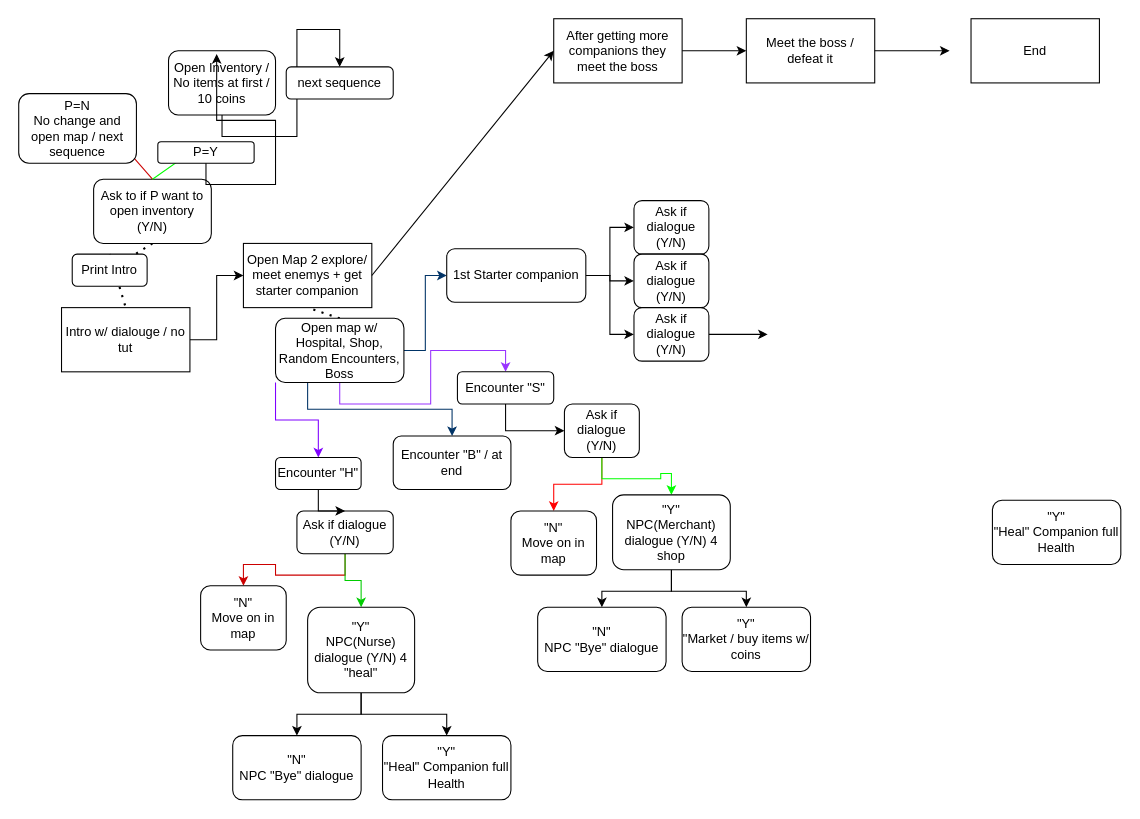
This is Untitled Diagram.drawio from staten-island-tech/object-oriented-adventures-jupiter2-0, a draw.io file, before an edit. Source tidied: cells renumbered, new cells numbered last; positions are measured from the earlier drawing's top-left corner, leaving out a move shared by most shapes. Both pictures are drawn from the tidied source at 107%, with x=0, y=0 at pixel (18, 18).
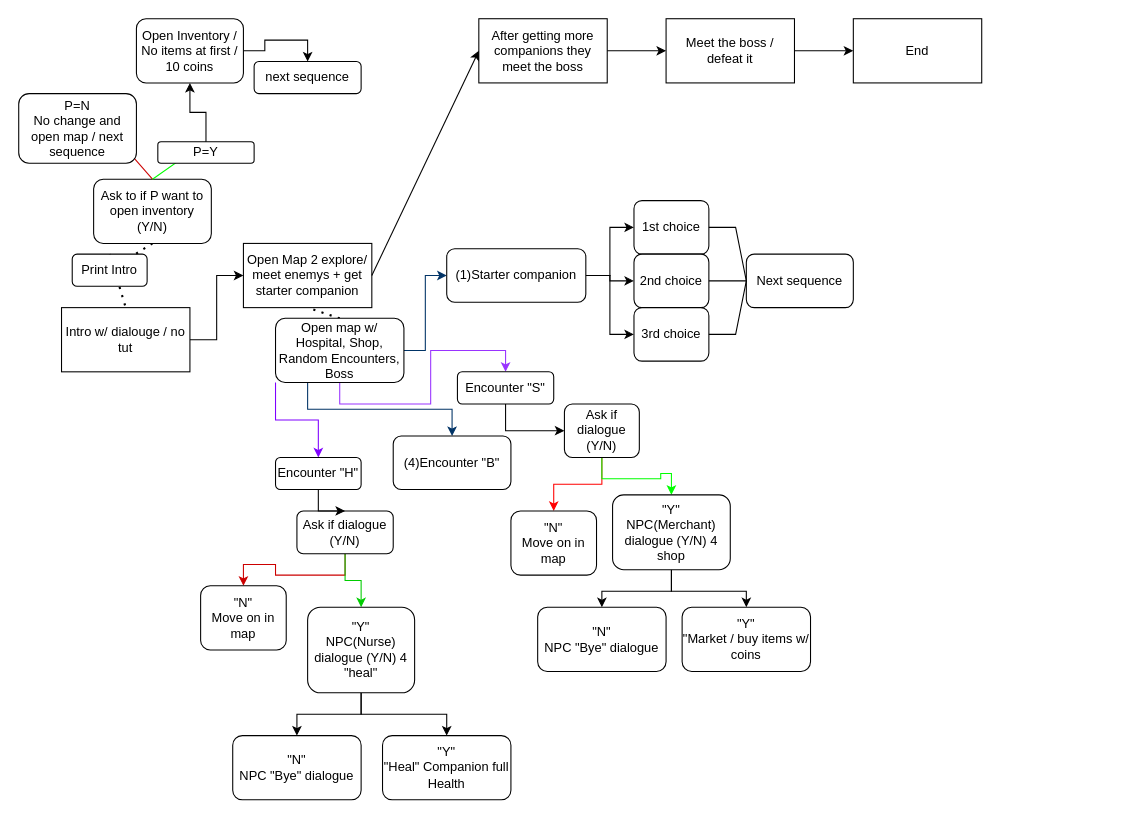
Above is the later version.

The change refers to these unchanged cells:
```xml
<mxCell id="18" value="P=Y" style="rounded=1;whiteSpace=wrap;html=1;" parent="1" vertex="1">
  <mxGeometry x="130" y="115" width="90" height="20" as="geometry" />
</mxCell>
```

What changed in the source:
```diff
@@
     <mxCell id="5" value="After getting more companions they meet the boss" style="rounded=0;whiteSpace=wrap;html=1;" parent="1" vertex="1">
-      <mxGeometry x="500" width="120" height="60" as="geometry" />
+      <mxGeometry x="430" width="120" height="60" as="geometry" />
     </mxCell>
+    <mxCell id="61" style="edgeStyle=orthogonalEdgeStyle;rounded=0;jettySize=auto;html=1;exitX=1;exitY=0.5;exitDx=0;exitDy=0;" parent="1" edge="1" source="6" target="10">
+      <mxGeometry relative="1" as="geometry" />
+    </mxCell>
     <mxCell id="6" value="Meet the boss / defeat it" style="rounded=0;whiteSpace=wrap;html=1;" parent="1" vertex="1">
-      <mxGeometry x="680" width="120" height="60" as="geometry" />
+      <mxGeometry x="605" width="120" height="60" as="geometry" />
     </mxCell>
@@
-    <mxCell id="9" style="endArrow=classic;html=1;rounded=0;exitX=1;exitY=0.5;exitDx=0;exitDy=0;" parent="1" edge="1" source="6">
-      <mxGeometry relative="1" as="geometry">
-        <mxPoint x="870" y="30" as="targetPoint" />
-      </mxGeometry>
-    </mxCell>
     <mxCell id="10" value="End" style="rounded=0;whiteSpace=wrap;html=1;" parent="1" vertex="1">
-      <mxGeometry x="890" width="120" height="60" as="geometry" />
+      <mxGeometry x="780" width="120" height="60" as="geometry" />
     </mxCell>
@@
-    <mxCell id="19" style="edgeStyle=orthogonalEdgeStyle;rounded=0;jettySize=auto;html=1;exitX=0.5;exitY=1;exitDx=0;exitDy=0;entryX=0.5;entryY=0;entryDx=0;entryDy=0;" parent="1" edge="1" source="20" target="22">
+    <mxCell id="19" style="edgeStyle=orthogonalEdgeStyle;rounded=0;jettySize=auto;html=1;exitX=1;exitY=0.5;exitDx=0;exitDy=0;entryX=0.5;entryY=0;entryDx=0;entryDy=0;" parent="1" edge="1" source="20" target="22">
       <mxGeometry relative="1" as="geometry" />
     </mxCell>
     <mxCell id="20" value="Open Inventory / No items at first / 10 coins" style="rounded=1;whiteSpace=wrap;html=1;" parent="1" vertex="1">
-      <mxGeometry x="140" y="30" width="100" height="60" as="geometry" />
+      <mxGeometry x="110" width="100" height="60" as="geometry" />
     </mxCell>
-    <mxCell id="21" style="edgeStyle=orthogonalEdgeStyle;rounded=0;jettySize=auto;html=1;exitX=0.5;exitY=1;exitDx=0;exitDy=0;entryX=0.45;entryY=0.05;entryDx=0;entryDy=0;entryPerimeter=0;" parent="1" edge="1" source="18" target="20">
+    <mxCell id="21" style="edgeStyle=orthogonalEdgeStyle;rounded=0;jettySize=auto;html=1;exitX=0.5;exitY=0;exitDx=0;exitDy=0;entryX=0.5;entryY=1;entryDx=0;entryDy=0;" parent="1" edge="1" source="18" target="20">
       <mxGeometry relative="1" as="geometry" />
     </mxCell>
     <mxCell id="22" value="next sequence" style="rounded=1;whiteSpace=wrap;html=1;" parent="1" vertex="1">
-      <mxGeometry x="250" y="45" width="100" height="30" as="geometry" />
+      <mxGeometry x="220" y="40" width="100" height="30" as="geometry" />
     </mxCell>
@@
-    <mxCell id="32" value="Encounter &quot;B&quot; / at end" style="rounded=1;whiteSpace=wrap;html=1;" parent="1" vertex="1">
+    <mxCell id="32" value="(4)Encounter &quot;B&quot;" style="rounded=1;whiteSpace=wrap;html=1;" parent="1" vertex="1">
       <mxGeometry x="350" y="390" width="110" height="50" as="geometry" />
     </mxCell>
@@
-    <mxCell id="36" value="1st Starter companion" style="rounded=1;whiteSpace=wrap;html=1;" parent="1" vertex="1">
+    <mxCell id="36" value="(1)Starter companion" style="rounded=1;whiteSpace=wrap;html=1;" parent="1" vertex="1">
       <mxGeometry x="400" y="215" width="130" height="50" as="geometry" />
     </mxCell>
@@
-    <mxCell id="44" value="Ask if dialogue (Y/N)" style="rounded=1;whiteSpace=wrap;html=1;" parent="1" vertex="1">
+    <mxCell id="44" value="1st choice" style="rounded=1;whiteSpace=wrap;html=1;" parent="1" vertex="1">
       <mxGeometry x="575" y="170" width="70" height="50" as="geometry" />
     </mxCell>
@@
-    <mxCell id="57" value="&quot;Y&quot;&lt;div&gt;&quot;Heal&quot; Companion full Health&lt;/div&gt;" style="rounded=1;whiteSpace=wrap;html=1;" parent="1" vertex="1">
-      <mxGeometry x="910" y="450" width="120" height="60" as="geometry" />
+    <mxCell id="57" value="Next sequence" style="rounded=1;whiteSpace=wrap;html=1;" parent="1" vertex="1">
+      <mxGeometry x="680" y="220" width="100" height="50" as="geometry" />
     </mxCell>
-    <mxCell id="58" value="Ask if dialogue (Y/N)" style="rounded=1;whiteSpace=wrap;html=1;" parent="1" vertex="1">
+    <mxCell id="58" value="2nd choice" style="rounded=1;whiteSpace=wrap;html=1;" parent="1" vertex="1">
       <mxGeometry x="575" y="220" width="70" height="50" as="geometry" />
     </mxCell>
-    <mxCell id="59" style="edgeStyle=orthogonalEdgeStyle;rounded=0;jettySize=auto;html=1;" parent="1" edge="1" source="60">
-      <mxGeometry relative="1" as="geometry">
-        <mxPoint x="700" y="295" as="targetPoint" />
-      </mxGeometry>
-    </mxCell>
-    <mxCell id="60" value="Ask if dialogue (Y/N)" style="rounded=1;whiteSpace=wrap;html=1;" parent="1" vertex="1">
+    <mxCell id="60" value="3rd choice" style="rounded=1;whiteSpace=wrap;html=1;" parent="1" vertex="1">
       <mxGeometry x="575" y="270" width="70" height="50" as="geometry" />
     </mxCell>
+    <mxCell id="62" style="endArrow=none;html=1;rounded=0;exitX=1;exitY=0.5;exitDx=0;exitDy=0;entryX=0;entryY=0.5;entryDx=0;entryDy=0;" parent="1" edge="1" source="60" target="57">
+      <mxGeometry relative="1" as="geometry">
+        <Array as="points">
+          <mxPoint x="670" y="295" />
+        </Array>
+      </mxGeometry>
+    </mxCell>
+    <mxCell id="63" style="endArrow=none;html=1;rounded=0;exitX=1;exitY=0.5;exitDx=0;exitDy=0;entryX=0;entryY=0.5;entryDx=0;entryDy=0;" parent="1" edge="1" source="44" target="57">
+      <mxGeometry relative="1" as="geometry">
+        <Array as="points">
+          <mxPoint x="670" y="195" />
+        </Array>
+      </mxGeometry>
+    </mxCell>
+    <mxCell id="64" style="endArrow=none;html=1;rounded=0;exitX=1;exitY=0.5;exitDx=0;exitDy=0;entryX=0;entryY=0.5;entryDx=0;entryDy=0;" parent="1" edge="1" source="58" target="57">
+      <mxGeometry relative="1" as="geometry" />
+    </mxCell>
```
